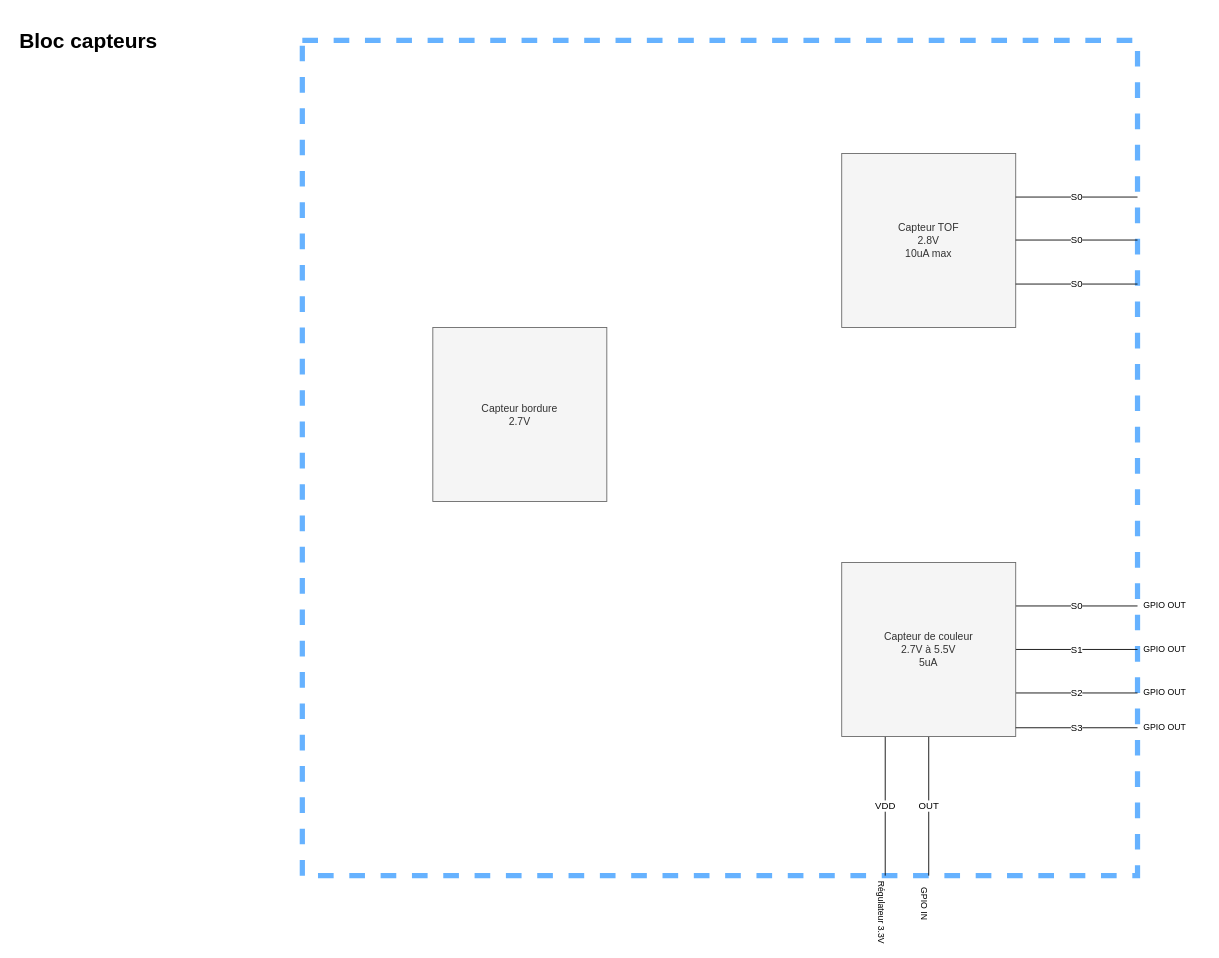
The draw.io diagram page "Capteurs" (3 of 4) of Diagramme/Diagramme sans nom.drawio in Artpel1805/Beerator, before the edit. Source tidied: cells renumbered, new cells numbered last; positions are measured from the earlier drawing's top-left corner, leaving out a move shared by most shapes. Both pictures are drawn from the tidied source at 87%, with x=0, y=0 at pixel (15, 23).
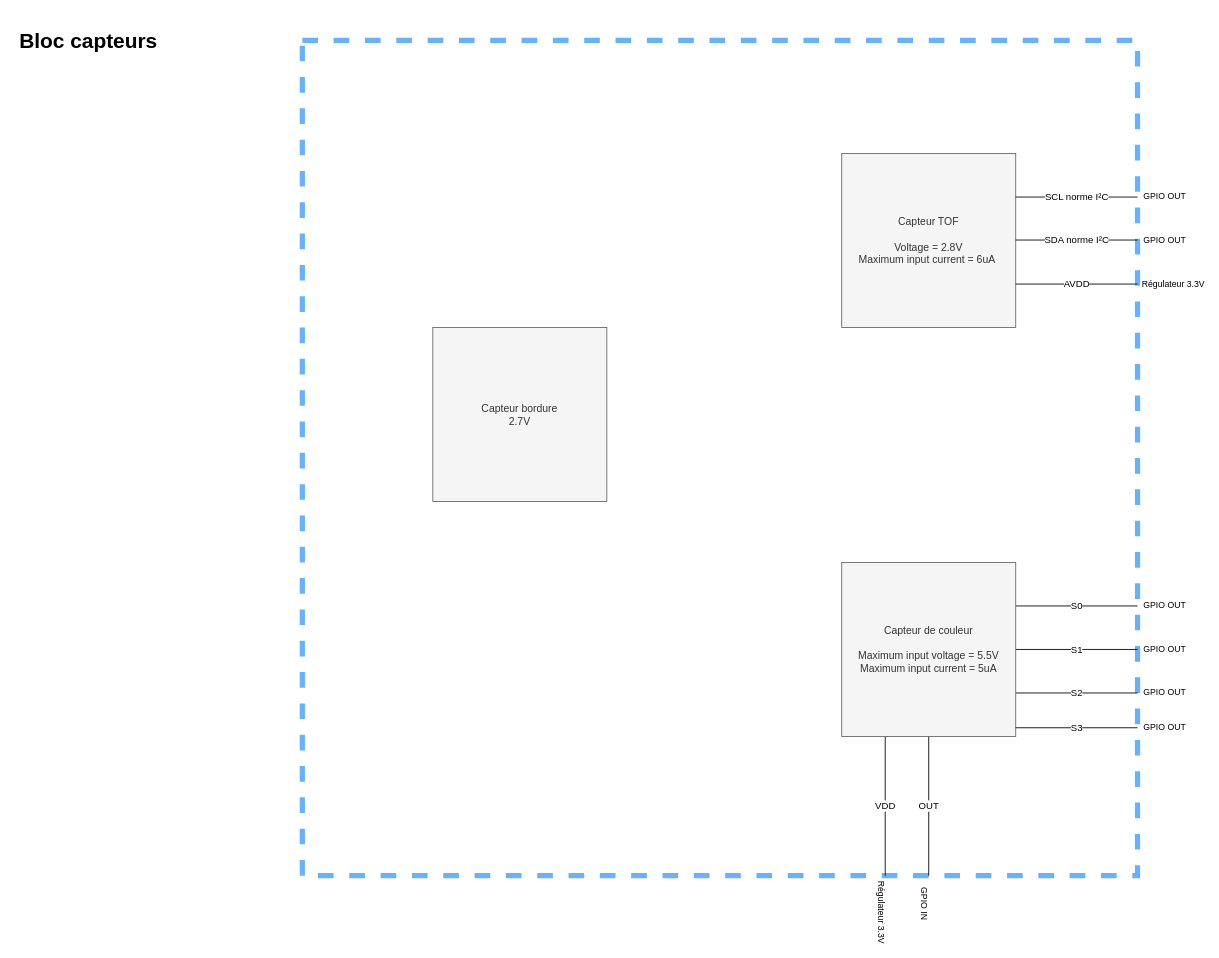
The same diagram, later.

What changed in the source:
```diff
@@
-    <mxCell id="6" value="Capteur TOF&lt;br&gt;2.8V&lt;br&gt;10uA max" style="whiteSpace=wrap;html=1;align=center;newEdgeStyle={&quot;edgeStyle&quot;:&quot;elbowEdgeStyle&quot;,&quot;startArrow&quot;:&quot;none&quot;,&quot;endArrow&quot;:&quot;none&quot;};fillColor=#f5f5f5;fontColor=#333333;strokeColor=#666666;" parent="1" vertex="1">
+    <mxCell id="6" value="Capteur TOF&lt;br&gt;&lt;br&gt;Voltage = 2.8V&lt;br&gt;Maximum input current = 6uA&amp;nbsp;" style="whiteSpace=wrap;html=1;align=center;newEdgeStyle={&quot;edgeStyle&quot;:&quot;elbowEdgeStyle&quot;,&quot;startArrow&quot;:&quot;none&quot;,&quot;endArrow&quot;:&quot;none&quot;};fillColor=#f5f5f5;fontColor=#333333;strokeColor=#666666;" parent="1" vertex="1">
       <mxGeometry x="950" y="149" width="200" height="200" as="geometry" />
     </mxCell>
@@
-    <mxCell id="11" value="Capteur de couleur&lt;br&gt;2.7V à 5.5V&lt;br&gt;5uA" style="whiteSpace=wrap;html=1;align=center;newEdgeStyle={&quot;edgeStyle&quot;:&quot;elbowEdgeStyle&quot;,&quot;startArrow&quot;:&quot;none&quot;,&quot;endArrow&quot;:&quot;none&quot;};fillColor=#f5f5f5;fontColor=#333333;strokeColor=#666666;" parent="1" vertex="1">
+    <mxCell id="11" value="Capteur de couleur&lt;br&gt;&lt;br&gt;Maximum input voltage = 5.5V&lt;br&gt;Maximum input current = 5uA" style="whiteSpace=wrap;html=1;align=center;newEdgeStyle={&quot;edgeStyle&quot;:&quot;elbowEdgeStyle&quot;,&quot;startArrow&quot;:&quot;none&quot;,&quot;endArrow&quot;:&quot;none&quot;};fillColor=#f5f5f5;fontColor=#333333;strokeColor=#666666;" parent="1" vertex="1">
       <mxGeometry x="950" y="619" width="200" height="200" as="geometry" />
     </mxCell>
@@
-    <mxCell id="19" value="S0" style="edgeStyle=orthogonalEdgeStyle;rounded=0;orthogonalLoop=1;jettySize=auto;html=1;exitX=1;exitY=0.25;exitDx=0;exitDy=0;strokeColor=default;endArrow=none;endFill=0;" parent="1" edge="1">
+    <mxCell id="19" value="AVDD" style="edgeStyle=orthogonalEdgeStyle;rounded=0;orthogonalLoop=1;jettySize=auto;html=1;exitX=1;exitY=0.25;exitDx=0;exitDy=0;strokeColor=default;endArrow=none;endFill=0;" parent="1" edge="1">
       <mxGeometry relative="1" as="geometry">
         <mxPoint x="1150" y="299" as="sourcePoint" />
         <mxPoint x="1290" y="299" as="targetPoint" />
         <Array as="points">
           <mxPoint x="1290" y="299" />
         </Array>
       </mxGeometry>
     </mxCell>
-    <mxCell id="20" value="S0" style="edgeStyle=orthogonalEdgeStyle;rounded=0;orthogonalLoop=1;jettySize=auto;html=1;exitX=1;exitY=0.25;exitDx=0;exitDy=0;strokeColor=default;endArrow=none;endFill=0;" parent="1" edge="1">
+    <mxCell id="20" value="SCL norme I²C" style="edgeStyle=orthogonalEdgeStyle;rounded=0;orthogonalLoop=1;jettySize=auto;html=1;exitX=1;exitY=0.25;exitDx=0;exitDy=0;strokeColor=default;endArrow=none;endFill=0;" parent="1" edge="1">
       <mxGeometry relative="1" as="geometry">
         <mxPoint x="1150" y="199" as="sourcePoint" />
         <mxPoint x="1290" y="199" as="targetPoint" />
         <Array as="points">
           <mxPoint x="1290" y="199" />
         </Array>
       </mxGeometry>
     </mxCell>
-    <mxCell id="21" value="S0" style="edgeStyle=orthogonalEdgeStyle;rounded=0;orthogonalLoop=1;jettySize=auto;html=1;exitX=1;exitY=0.25;exitDx=0;exitDy=0;strokeColor=default;endArrow=none;endFill=0;" parent="1" edge="1">
+    <mxCell id="21" value="SDA norme I²C" style="edgeStyle=orthogonalEdgeStyle;rounded=0;orthogonalLoop=1;jettySize=auto;html=1;exitX=1;exitY=0.25;exitDx=0;exitDy=0;strokeColor=default;endArrow=none;endFill=0;" parent="1" edge="1">
       <mxGeometry relative="1" as="geometry">
         <mxPoint x="1150" y="248.4" as="sourcePoint" />
         <mxPoint x="1290" y="248.4" as="targetPoint" />
         <Array as="points">
           <mxPoint x="1290" y="248.4" />
         </Array>
       </mxGeometry>
     </mxCell>
+    <mxCell id="22" value="&lt;font style=&quot;font-size: 10px;&quot;&gt;GPIO OUT&lt;/font&gt;" style="edgeLabel;html=1;align=center;verticalAlign=middle;rotation=0;" parent="1" vertex="1">
+      <mxGeometry x="1320" y="199" as="geometry">
+        <mxPoint y="-2" as="offset" />
+      </mxGeometry>
+    </mxCell>
+    <mxCell id="23" value="&lt;font style=&quot;font-size: 10px;&quot;&gt;GPIO OUT&lt;/font&gt;" style="edgeLabel;html=1;align=center;verticalAlign=middle;rotation=0;" parent="1" vertex="1">
+      <mxGeometry x="1320" y="249" as="geometry">
+        <mxPoint y="-2" as="offset" />
+      </mxGeometry>
+    </mxCell>
+    <mxCell id="24" value="&lt;font style=&quot;font-size: 10px;&quot;&gt;Régulateur 3.3V&lt;/font&gt;" style="edgeLabel;html=1;align=center;verticalAlign=middle;rotation=0;" parent="1" vertex="1">
+      <mxGeometry x="1330" y="309" as="geometry">
+        <mxPoint y="-11" as="offset" />
+      </mxGeometry>
+    </mxCell>
```
